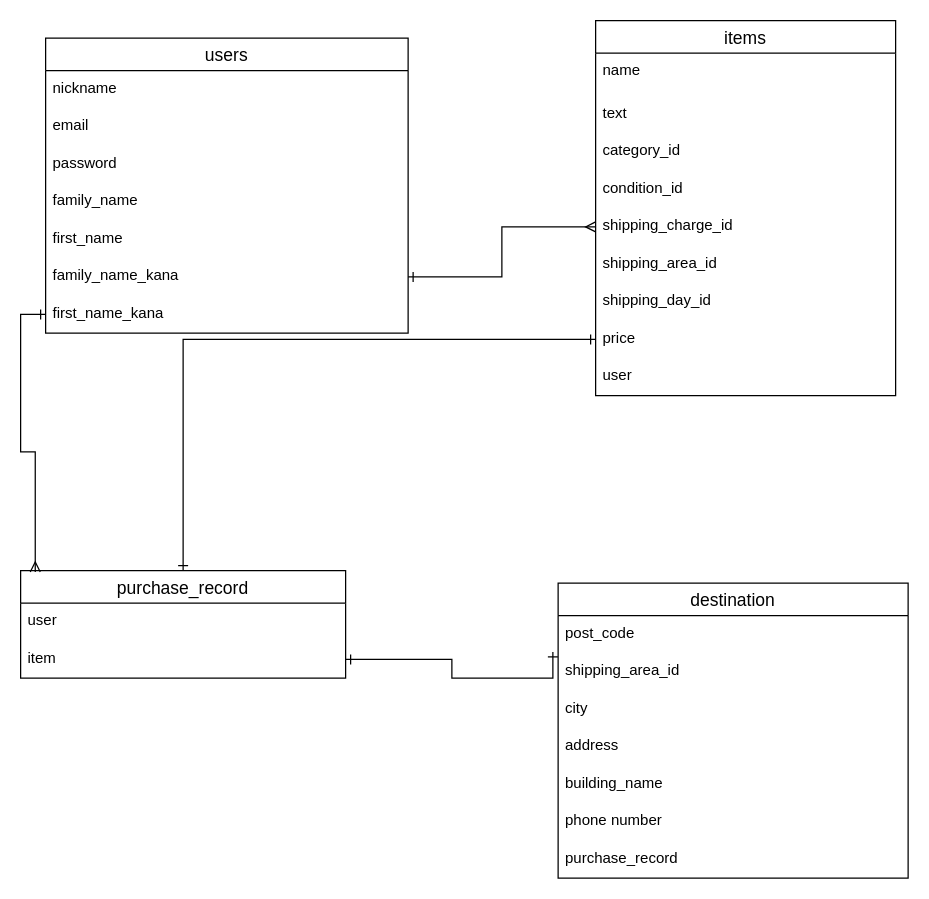
Above: hurima.dio in Dessy-tom/furima-35674 (draw.io), before the change. Source tidied: cells renumbered, new cells numbered last; positions are measured from the earlier drawing's top-left corner, leaving out a move shared by most shapes. Both pictures are drawn from the tidied source at 125%, with x=0, y=0 at pixel (20, 20).
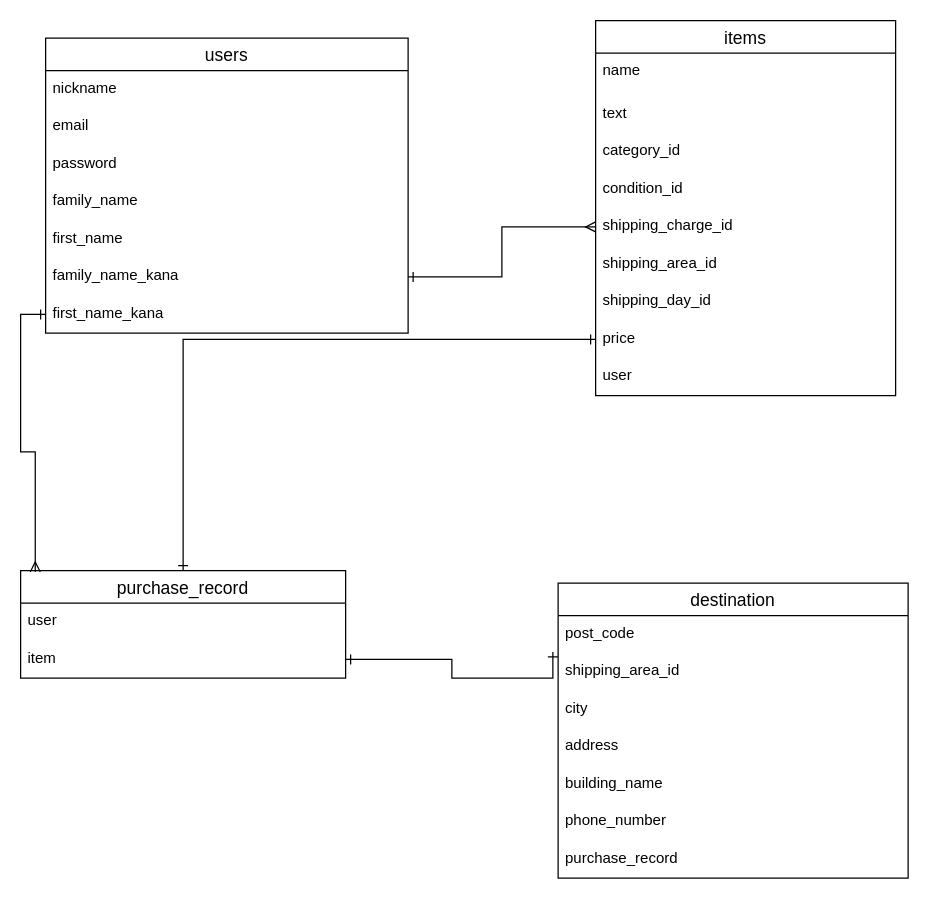
The same page after the edit.

Unchanged cells that the change refers to:
```xml
<mxCell id="15" value="destination" style="swimlane;fontStyle=0;horizontal=1;startSize=26;align=center;fontSize=14;" parent="1" vertex="1">
  <mxGeometry x="430" y="450" width="280" height="236" as="geometry" />
</mxCell>
```

The edit, as a diff of the source:
```diff
@@
-    <mxCell id="21" value="phone number" style="text;strokeColor=none;fillColor=none;spacingLeft=4;spacingRight=4;overflow=hidden;fontSize=12;" parent="15" vertex="1">
+    <mxCell id="21" value="phone_number" style="text;strokeColor=none;fillColor=none;spacingLeft=4;spacingRight=4;overflow=hidden;fontSize=12;" parent="15" vertex="1">
       <mxGeometry y="176" width="280" height="30" as="geometry" />
     </mxCell>
```
